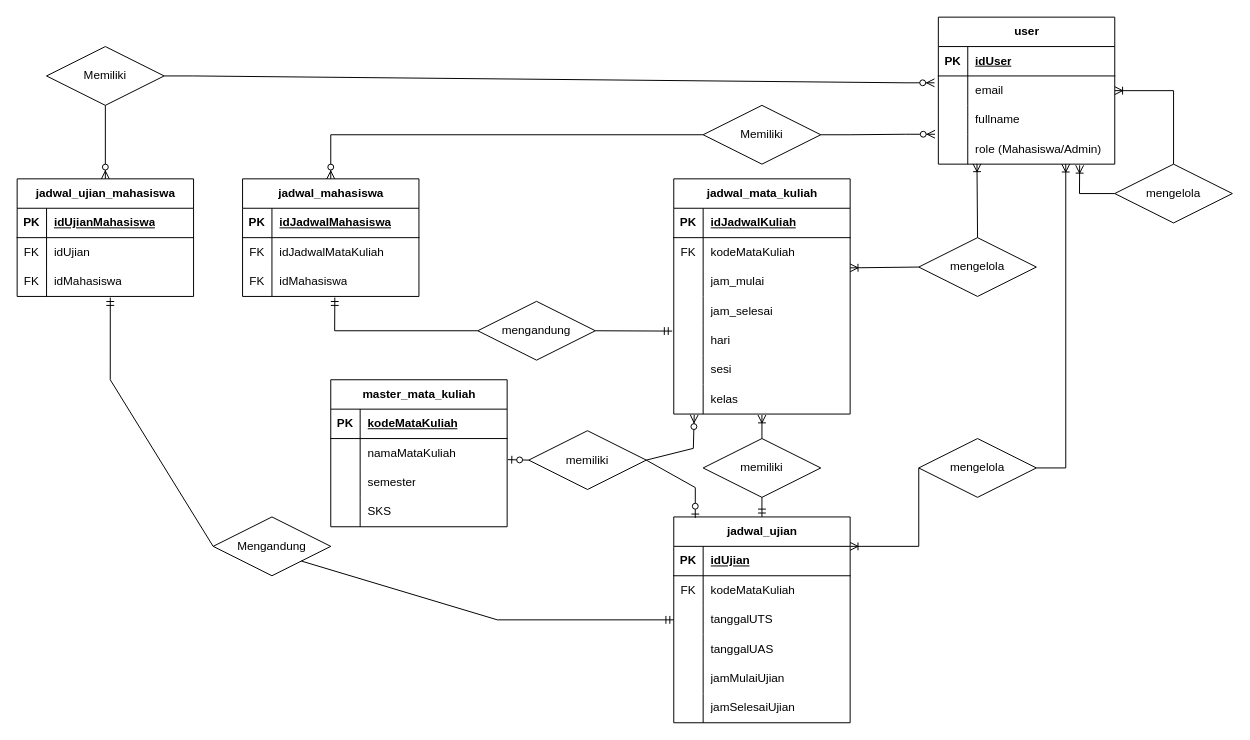
Above: diagram/ERD simulasi FRS.drawio in putra443/perangkat-lunak-simulasi-frs (draw.io), before the change. Source tidied: cells renumbered, new cells numbered last; positions are measured from the earlier drawing's top-left corner, leaving out a move shared by most shapes. Both pictures are drawn from the tidied source at 98%, with x=0, y=0 at pixel (17, 17).
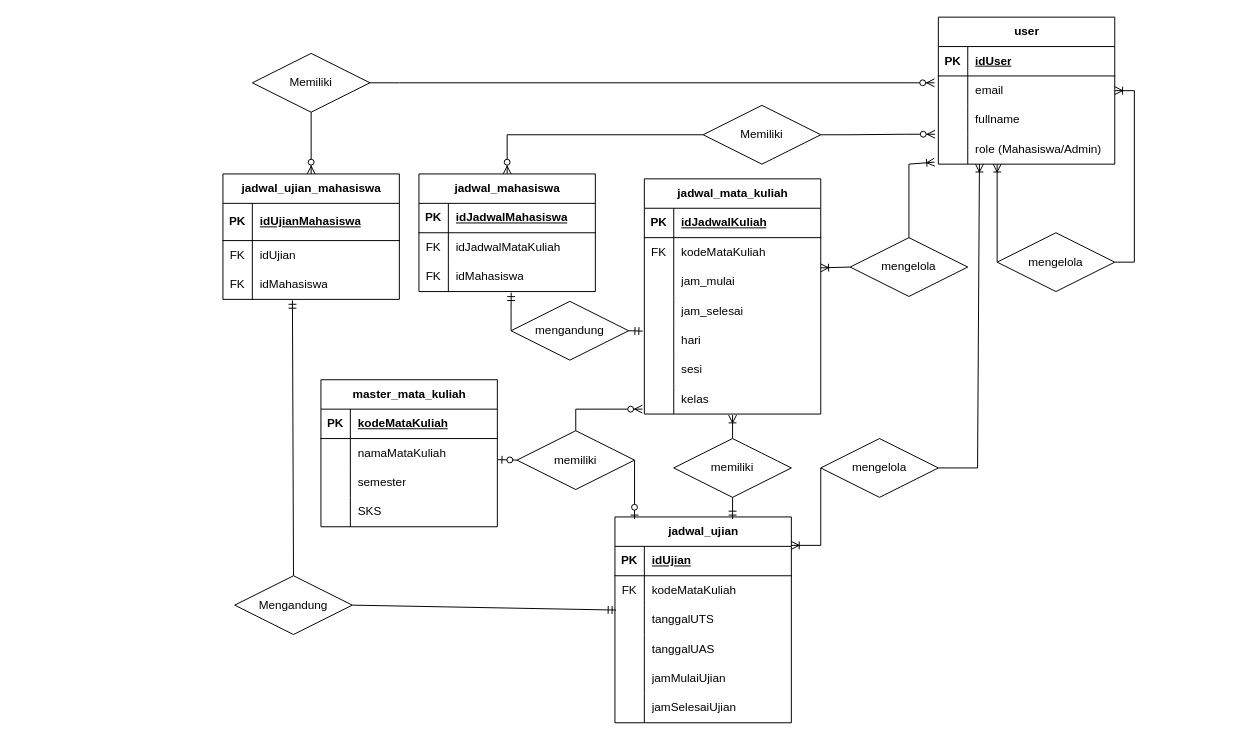
After the change.

The change refers to these unchanged cells:
```xml
<mxCell id="21" style="shape=tableRow;horizontal=0;startSize=0;swimlaneHead=0;swimlaneBody=0;fillColor=none;points=[[0,0.5],[1,0.5]];portConstraint=eastwest;top=0;left=0;right=0;bottom=0;" parent="2" vertex="1">
  <mxGeometry y="210" width="180" height="30" as="geometry" />
</mxCell>
<mxCell id="25" style="shape=tableRow;horizontal=0;startSize=0;swimlaneHead=0;swimlaneBody=0;fillColor=none;points=[[0,0.5],[1,0.5]];portConstraint=eastwest;top=0;left=0;right=0;bottom=1;" parent="24" vertex="1">
  <mxGeometry y="30" width="180" height="30" as="geometry" />
</mxCell>
<mxCell id="31" style="shape=tableRow;horizontal=0;startSize=0;swimlaneHead=0;swimlaneBody=0;fillColor=none;points=[[0,0.5],[1,0.5]];portConstraint=eastwest;top=0;left=0;right=0;bottom=0;" parent="24" vertex="1">
  <mxGeometry y="90" width="180" height="30" as="geometry" />
</mxCell>
<mxCell id="44" value="Memiliki" style="shape=rhombus;perimeter=rhombusPerimeter;whiteSpace=wrap;html=1;align=center;" parent="1" vertex="1">
  <mxGeometry x="700" y="90" width="120" height="60" as="geometry" />
</mxCell>
<mxCell id="54" style="shape=tableRow;horizontal=0;startSize=0;swimlaneHead=0;swimlaneBody=0;fillColor=none;points=[[0,0.5],[1,0.5]];portConstraint=eastwest;top=0;left=0;right=0;bottom=0;" parent="47" vertex="1">
  <mxGeometry y="90" width="180" height="30" as="geometry" />
</mxCell>
<mxCell id="74" style="shape=tableRow;horizontal=0;startSize=0;swimlaneHead=0;swimlaneBody=0;fillColor=none;points=[[0,0.5],[1,0.5]];portConstraint=eastwest;top=0;left=0;right=0;bottom=0;" parent="70" vertex="1">
  <mxGeometry y="60" width="180" height="30" as="geometry" />
</mxCell>
<mxCell id="80" style="shape=tableRow;horizontal=0;startSize=0;swimlaneHead=0;swimlaneBody=0;fillColor=none;points=[[0,0.5],[1,0.5]];portConstraint=eastwest;top=0;left=0;right=0;bottom=0;" parent="70" vertex="1">
  <mxGeometry y="120" width="180" height="30" as="geometry" />
</mxCell>
```

The edit, as a diff of the source:
```diff
@@
     <mxCell id="2" value="jadwal_mata_kuliah" style="shape=table;startSize=30;childLayout=tableLayout;rowLines=0;fontStyle=1;align=center;html=1;" parent="1" vertex="1">
-      <mxGeometry x="670" y="165" width="180" height="240" as="geometry" />
+      <mxGeometry x="640" y="165" width="180" height="240" as="geometry" />
     </mxCell>
@@
     <mxCell id="24" value="jadwal_ujian" style="shape=table;startSize=30;childLayout=tableLayout;rowLines=0;fontStyle=1;align=center;html=1;" parent="1" vertex="1">
-      <mxGeometry x="670" y="510" width="180" height="210" as="geometry" />
+      <mxGeometry x="610" y="510" width="180" height="210" as="geometry" />
     </mxCell>
@@
     <mxCell id="43" value="memiliki" style="shape=rhombus;perimeter=rhombusPerimeter;whiteSpace=wrap;html=1;align=center;" parent="1" vertex="1">
-      <mxGeometry x="700" y="430" width="120" height="60" as="geometry" />
+      <mxGeometry x="670" y="430" width="120" height="60" as="geometry" />
     </mxCell>
@@
     <mxCell id="45" value="mengelola" style="shape=rhombus;perimeter=rhombusPerimeter;whiteSpace=wrap;html=1;align=center;" parent="1" vertex="1">
-      <mxGeometry x="920" y="225" width="120" height="60" as="geometry" />
+      <mxGeometry x="850" y="225" width="120" height="60" as="geometry" />
     </mxCell>
     <mxCell id="46" value="mengelola" style="shape=rhombus;perimeter=rhombusPerimeter;whiteSpace=wrap;html=1;align=center;" parent="1" vertex="1">
-      <mxGeometry x="920" y="430" width="120" height="60" as="geometry" />
+      <mxGeometry x="820" y="430" width="120" height="60" as="geometry" />
     </mxCell>
     <mxCell id="47" value="jadwal_mahasiswa" style="shape=table;startSize=30;childLayout=tableLayout;rowLines=0;fontStyle=1;align=center;html=1;" parent="1" vertex="1">
-      <mxGeometry x="230" y="165" width="180" height="120" as="geometry" />
+      <mxGeometry x="410" y="160" width="180" height="120" as="geometry" />
     </mxCell>
@@
     <mxCell id="57" value="mengandung" style="shape=rhombus;perimeter=rhombusPerimeter;whiteSpace=wrap;html=1;align=center;" parent="1" vertex="1">
-      <mxGeometry x="470" y="290" width="120" height="60" as="geometry" />
+      <mxGeometry x="504" y="290" width="120" height="60" as="geometry" />
     </mxCell>
     <mxCell id="58" value="jadwal_ujian_mahasiswa" style="shape=table;startSize=30;childLayout=tableLayout;rowLines=0;fontStyle=1;align=center;html=1;" parent="1" vertex="1">
-      <mxGeometry y="165" width="180" height="120" as="geometry" />
+      <mxGeometry x="210" y="160" width="180" height="128" as="geometry" />
     </mxCell>
     <mxCell id="59" style="shape=tableRow;horizontal=0;startSize=0;swimlaneHead=0;swimlaneBody=0;fillColor=none;top=0;left=0;right=0;bottom=1;" parent="58" vertex="1">
-      <mxGeometry y="30" width="180" height="30" as="geometry" />
+      <mxGeometry y="30" width="180" height="38" as="geometry" />
     </mxCell>
     <mxCell id="60" value="PK" style="shape=partialRectangle;fillColor=none;top=0;left=0;bottom=0;right=0;fontStyle=1;overflow=hidden;whiteSpace=wrap;html=1;" parent="59" vertex="1">
-      <mxGeometry width="30" height="30" as="geometry" />
+      <mxGeometry width="30" height="38" as="geometry" />
     </mxCell>
     <mxCell id="61" value="idUjianMahasiswa" style="shape=partialRectangle;fillColor=none;top=0;left=0;bottom=0;right=0;align=left;spacingLeft=6;fontStyle=5;overflow=hidden;whiteSpace=wrap;html=1;" parent="59" vertex="1">
-      <mxGeometry x="30" width="150" height="30" as="geometry" />
+      <mxGeometry x="30" width="150" height="38" as="geometry" />
     </mxCell>
     <mxCell id="62" style="shape=tableRow;horizontal=0;startSize=0;swimlaneHead=0;swimlaneBody=0;fillColor=none;top=0;left=0;right=0;bottom=0;" parent="58" vertex="1">
-      <mxGeometry y="60" width="180" height="30" as="geometry" />
+      <mxGeometry y="68" width="180" height="30" as="geometry" />
     </mxCell>
@@
     <mxCell id="65" style="shape=tableRow;horizontal=0;startSize=0;swimlaneHead=0;swimlaneBody=0;fillColor=none;points=[[0,0.5],[1,0.5]];portConstraint=eastwest;top=0;left=0;right=0;bottom=0;" parent="58" vertex="1">
-      <mxGeometry y="90" width="180" height="30" as="geometry" />
+      <mxGeometry y="98" width="180" height="30" as="geometry" />
     </mxCell>
@@
     <mxCell id="68" value="Memiliki" style="shape=rhombus;perimeter=rhombusPerimeter;whiteSpace=wrap;html=1;align=center;" parent="1" vertex="1">
-      <mxGeometry x="30" y="30" width="120" height="60" as="geometry" />
+      <mxGeometry x="240" y="37" width="120" height="60" as="geometry" />
     </mxCell>
     <mxCell id="69" value="Mengandung" style="shape=rhombus;perimeter=rhombusPerimeter;whiteSpace=wrap;html=1;align=center;" parent="1" vertex="1">
-      <mxGeometry x="200" y="510" width="120" height="60" as="geometry" />
+      <mxGeometry x="222" y="570" width="120" height="60" as="geometry" />
     </mxCell>
@@
-    <mxCell id="85" style="fontSize=12;html=1;endArrow=ERmandOne;rounded=0;entryX=0.528;entryY=1.039;entryDx=0;entryDy=0;entryPerimeter=0;exitX=0;exitY=0.5;exitDx=0;exitDy=0;" parent="1" edge="1" source="69" target="65">
-      <mxGeometry relative="1" as="geometry">
-        <Array as="points">
-          <mxPoint x="95" y="370" />
-        </Array>
-      </mxGeometry>
+    <mxCell id="85" style="fontSize=12;html=1;endArrow=ERmandOne;rounded=0;entryX=0.394;entryY=1.033;entryDx=0;entryDy=0;entryPerimeter=0;exitX=0.5;exitY=0;exitDx=0;exitDy=0;" parent="1" edge="1" source="69" target="65">
+      <mxGeometry relative="1" as="geometry" />
     </mxCell>
-    <mxCell id="86" style="fontSize=12;html=1;endArrow=ERmandOne;rounded=0;entryX=0;entryY=0.5;entryDx=0;entryDy=0;exitX=1;exitY=1;exitDx=0;exitDy=0;" parent="1" edge="1" source="69" target="31">
-      <mxGeometry relative="1" as="geometry">
-        <Array as="points">
-          <mxPoint x="490" y="615" />
-        </Array>
-      </mxGeometry>
+    <mxCell id="86" style="fontSize=12;html=1;endArrow=ERmandOne;rounded=0;entryX=0.006;entryY=0.167;entryDx=0;entryDy=0;exitX=1;exitY=0.5;exitDx=0;exitDy=0;entryPerimeter=0;" parent="1" edge="1" source="69" target="31">
+      <mxGeometry relative="1" as="geometry" />
     </mxCell>
     <mxCell id="87" style="fontSize=12;html=1;endArrow=ERmandOne;rounded=0;entryX=0.523;entryY=1.039;entryDx=0;entryDy=0;entryPerimeter=0;exitX=0;exitY=0.5;exitDx=0;exitDy=0;" parent="1" edge="1" source="57" target="54">
       <mxGeometry relative="1" as="geometry">
         <Array as="points">
-          <mxPoint x="470" y="320" />
-          <mxPoint x="324" y="320" />
+          <mxPoint x="504" y="300" />
         </Array>
       </mxGeometry>
     </mxCell>
@@
-    <mxCell id="89" style="fontSize=12;html=1;endArrow=ERmandOne;rounded=0;entryX=0.5;entryY=0;entryDx=0;entryDy=0;exitX=0.5;exitY=1;exitDx=0;exitDy=0;" parent="1" edge="1" source="43" target="24">
+    <mxCell id="89" style="fontSize=12;html=1;endArrow=ERmandOne;rounded=0;entryX=0.667;entryY=0.01;entryDx=0;entryDy=0;exitX=0.5;exitY=1;exitDx=0;exitDy=0;entryPerimeter=0;" parent="1" edge="1" source="43" target="24">
       <mxGeometry relative="1" as="geometry" />
     </mxCell>
@@
     <mxCell id="91" style="fontSize=12;html=1;endArrow=ERzeroToMany;endFill=1;rounded=0;entryX=0.5;entryY=0;entryDx=0;entryDy=0;exitX=0;exitY=0.5;exitDx=0;exitDy=0;" parent="1" edge="1" source="44" target="47">
       <mxGeometry relative="1" as="geometry">
         <Array as="points">
-          <mxPoint x="320" y="120" />
+          <mxPoint x="500" y="120" />
         </Array>
       </mxGeometry>
     </mxCell>
-    <mxCell id="92" style="fontSize=12;html=1;endArrow=ERoneToMany;rounded=0;entryX=0.219;entryY=0.989;entryDx=0;entryDy=0;entryPerimeter=0;exitX=0.5;exitY=0;exitDx=0;exitDy=0;" parent="1" edge="1" source="45" target="80">
-      <mxGeometry relative="1" as="geometry" />
+    <mxCell id="92" style="fontSize=12;html=1;endArrow=ERoneToMany;rounded=0;entryX=-0.022;entryY=0.933;entryDx=0;entryDy=0;entryPerimeter=0;exitX=0.5;exitY=0;exitDx=0;exitDy=0;" parent="1" edge="1" source="45" target="80">
+      <mxGeometry relative="1" as="geometry">
+        <Array as="points">
+          <mxPoint x="910" y="150" />
+        </Array>
+      </mxGeometry>
     </mxCell>
@@
-    <mxCell id="94" style="fontSize=12;html=1;endArrow=ERoneToMany;rounded=0;entryX=0.219;entryY=0.989;entryDx=0;entryDy=0;entryPerimeter=0;exitX=1;exitY=0.5;exitDx=0;exitDy=0;" parent="1" edge="1" source="46">
+    <mxCell id="94" style="fontSize=12;html=1;endArrow=ERoneToMany;rounded=0;entryX=0.233;entryY=1;entryDx=0;entryDy=0;entryPerimeter=0;exitX=1;exitY=0.5;exitDx=0;exitDy=0;" parent="1" edge="1" source="46" target="80">
       <mxGeometry relative="1" as="geometry">
-        <mxPoint x="1070" y="150" as="targetPoint" />
         <Array as="points">
-          <mxPoint x="1070" y="460" />
+          <mxPoint x="980" y="460" />
         </Array>
       </mxGeometry>
     </mxCell>
-    <mxCell id="95" style="fontSize=12;html=1;endArrow=ERoneToMany;rounded=0;exitX=0;exitY=0.5;exitDx=0;exitDy=0;" parent="1" edge="1" source="46">
+    <mxCell id="95" style="fontSize=12;html=1;endArrow=ERoneToMany;rounded=0;exitX=0;exitY=0.5;exitDx=0;exitDy=0;entryX=1;entryY=-0.033;entryDx=0;entryDy=0;entryPerimeter=0;" parent="1" edge="1" source="46" target="25">
       <mxGeometry relative="1" as="geometry">
-        <mxPoint x="850" y="540" as="targetPoint" />
         <Array as="points">
-          <mxPoint x="920" y="540" />
+          <mxPoint x="820" y="539" />
         </Array>
       </mxGeometry>
     </mxCell>
     <mxCell id="96" value="mengelola" style="shape=rhombus;perimeter=rhombusPerimeter;whiteSpace=wrap;html=1;align=center;" parent="1" vertex="1">
-      <mxGeometry x="1120" y="150" width="120" height="60" as="geometry" />
+      <mxGeometry x="1000" y="220" width="120" height="60" as="geometry" />
     </mxCell>
-    <mxCell id="97" style="fontSize=12;html=1;endArrow=ERoneToMany;rounded=0;entryX=0.801;entryY=1.039;entryDx=0;entryDy=0;entryPerimeter=0;exitX=0;exitY=0.5;exitDx=0;exitDy=0;" parent="1" edge="1" source="96" target="80">
+    <mxCell id="97" style="fontSize=12;html=1;endArrow=ERoneToMany;rounded=0;exitX=0;exitY=0.5;exitDx=0;exitDy=0;" parent="1" edge="1" source="96">
       <mxGeometry relative="1" as="geometry">
-        <Array as="points">
-          <mxPoint x="1084" y="180" />
-        </Array>
+        <mxPoint x="1000" y="150" as="targetPoint" />
       </mxGeometry>
     </mxCell>
-    <mxCell id="98" style="fontSize=12;html=1;endArrow=ERoneToMany;rounded=0;entryX=1;entryY=0.5;entryDx=0;entryDy=0;exitX=0.5;exitY=0;exitDx=0;exitDy=0;" parent="1" edge="1" source="96" target="74">
+    <mxCell id="98" style="fontSize=12;html=1;endArrow=ERoneToMany;rounded=0;entryX=1;entryY=0.5;entryDx=0;entryDy=0;exitX=1;exitY=0.5;exitDx=0;exitDy=0;" parent="1" edge="1" source="96" target="74">
       <mxGeometry relative="1" as="geometry">
         <Array as="points">
-          <mxPoint x="1180" y="75" />
+          <mxPoint x="1140" y="250" />
+          <mxPoint x="1140" y="75" />
         </Array>
       </mxGeometry>
     </mxCell>
     <mxCell id="99" value="master_mata_kuliah" style="shape=table;startSize=30;childLayout=tableLayout;rowLines=0;fontStyle=1;align=center;html=1;" parent="1" vertex="1">
-      <mxGeometry x="320" y="370" width="180" height="150" as="geometry" />
+      <mxGeometry x="310" y="370" width="180" height="150" as="geometry" />
     </mxCell>
@@
     <mxCell id="112" value="memiliki" style="shape=rhombus;perimeter=rhombusPerimeter;whiteSpace=wrap;html=1;align=center;" parent="1" vertex="1">
-      <mxGeometry x="522" y="422" width="120" height="60" as="geometry" />
+      <mxGeometry x="510" y="422" width="120" height="60" as="geometry" />
     </mxCell>
@@
-    <mxCell id="114" style="fontSize=12;html=1;endArrow=ERzeroToMany;endFill=1;rounded=0;exitX=1;exitY=0.5;exitDx=0;exitDy=0;entryX=0.116;entryY=1.027;entryDx=0;entryDy=0;entryPerimeter=0;" parent="1" edge="1" source="112" target="21">
+    <mxCell id="114" style="fontSize=12;html=1;endArrow=ERzeroToMany;endFill=1;rounded=0;exitX=0.5;exitY=0;exitDx=0;exitDy=0;entryX=-0.011;entryY=0.833;entryDx=0;entryDy=0;entryPerimeter=0;" parent="1" edge="1" source="112" target="21">
       <mxGeometry relative="1" as="geometry">
         <Array as="points">
-          <mxPoint x="690" y="440" />
+          <mxPoint x="570" y="400" />
         </Array>
       </mxGeometry>
     </mxCell>
-    <mxCell id="115" style="fontSize=12;html=1;endArrow=ERzeroToOne;endFill=1;rounded=0;entryX=0.122;entryY=0.005;entryDx=0;entryDy=0;entryPerimeter=0;exitX=1;exitY=0.5;exitDx=0;exitDy=0;" parent="1" edge="1" source="112" target="24">
-      <mxGeometry relative="1" as="geometry">
-        <Array as="points">
-          <mxPoint x="692" y="480" />
-        </Array>
-      </mxGeometry>
+    <mxCell id="115" style="fontSize=12;html=1;endArrow=ERzeroToOne;endFill=1;rounded=0;entryX=0.111;entryY=0.01;entryDx=0;entryDy=0;entryPerimeter=0;exitX=1;exitY=0.5;exitDx=0;exitDy=0;" parent="1" edge="1" source="112" target="24">
+      <mxGeometry relative="1" as="geometry" />
     </mxCell>
```
